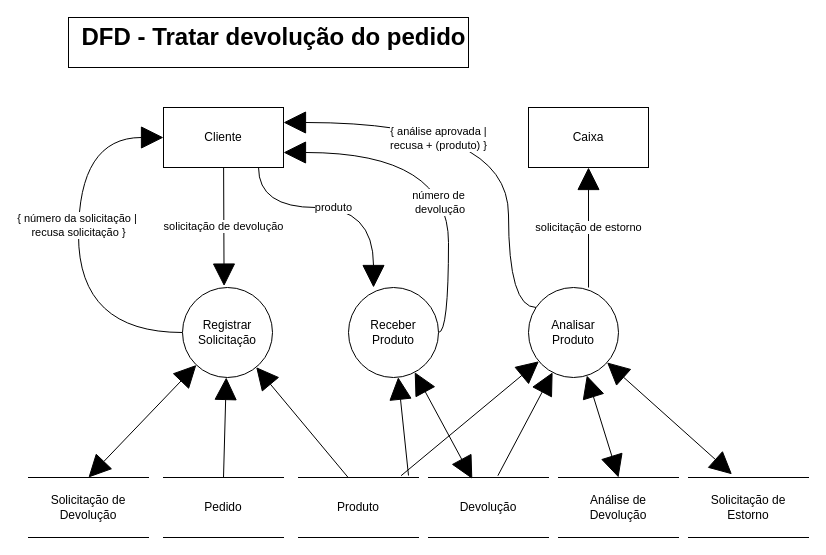
Systematicos/FindingApp keeps this draw.io diagram as Documentation/DFD Essencial para cada Capacidade/DFD Tratar devolução do pedido.drawio. Above is the earlier version. Source tidied: cells renumbered, new cells numbered last; positions are measured from the earlier drawing's top-left corner, leaving out a move shared by most shapes. Both pictures are drawn from the tidied source at 100%, with x=0, y=0 at pixel (28, 17).
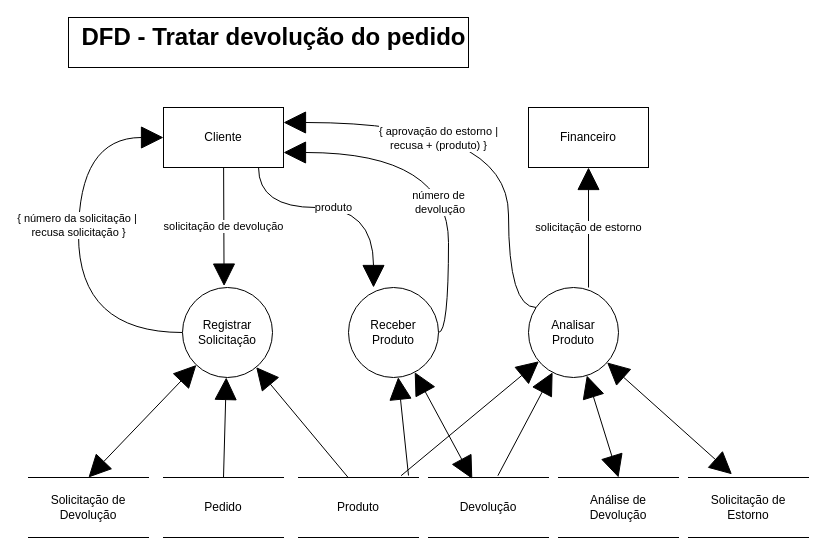
Above is the later version.

The change refers to these unchanged cells:
```xml
<mxCell id="22" style="edgeStyle=orthogonalEdgeStyle;curved=1;rounded=0;jettySize=auto;html=1;entryX=1;entryY=0.25;entryDx=0;entryDy=0;startArrow=none;startFill=0;startSize=20;endArrow=block;endFill=1;endSize=20;" parent="1" edge="1" source="26" target="10">
  <mxGeometry relative="1" as="geometry">
    <Array as="points">
      <mxPoint x="480" y="290" />
      <mxPoint x="480" y="105" />
    </Array>
  </mxGeometry>
</mxCell>
```

The edit, as a diff of the source:
```diff
@@
-    <mxCell id="23" value="{ análise aprovada |&lt;br&gt;recusa + (produto) }" style="edgeLabel;html=1;align=center;verticalAlign=middle;" parent="22" vertex="1">
+    <mxCell id="23" value="{ aprovação do estorno |&lt;br&gt;recusa + (produto) }" style="edgeLabel;html=1;align=center;verticalAlign=middle;" parent="22" vertex="1">
       <mxGeometry x="0.06" y="19" relative="1" as="geometry">
         <mxPoint x="-50.6" y="-4" as="offset" />
       </mxGeometry>
     </mxCell>
@@
-    <mxCell id="27" value="Caixa" style="rounded=0;whiteSpace=wrap;html=1;" parent="1" vertex="1">
+    <mxCell id="27" value="Financeiro" style="rounded=0;whiteSpace=wrap;html=1;" parent="1" vertex="1">
       <mxGeometry x="500" y="90" width="120" height="60" as="geometry" />
     </mxCell>
```
